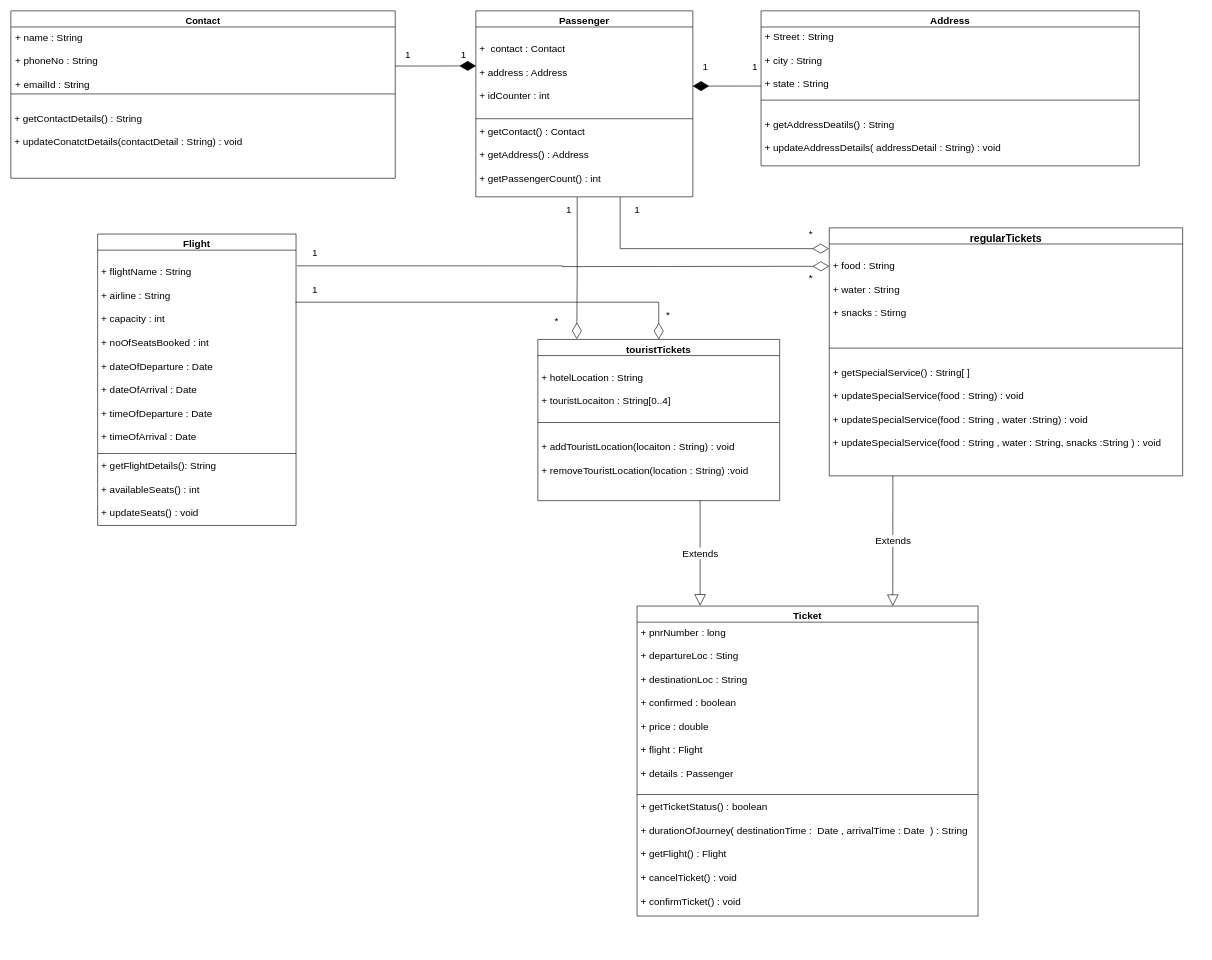
This is UML/class diagram.drawio from abdulashfaq/FRS, a draw.io file, before an edit. Source tidied: cells renumbered, new cells numbered last; positions are measured from the earlier drawing's top-left corner, leaving out a move shared by most shapes. Both pictures are drawn from the tidied source at 62%, with x=0, y=0 at pixel (11, 11).
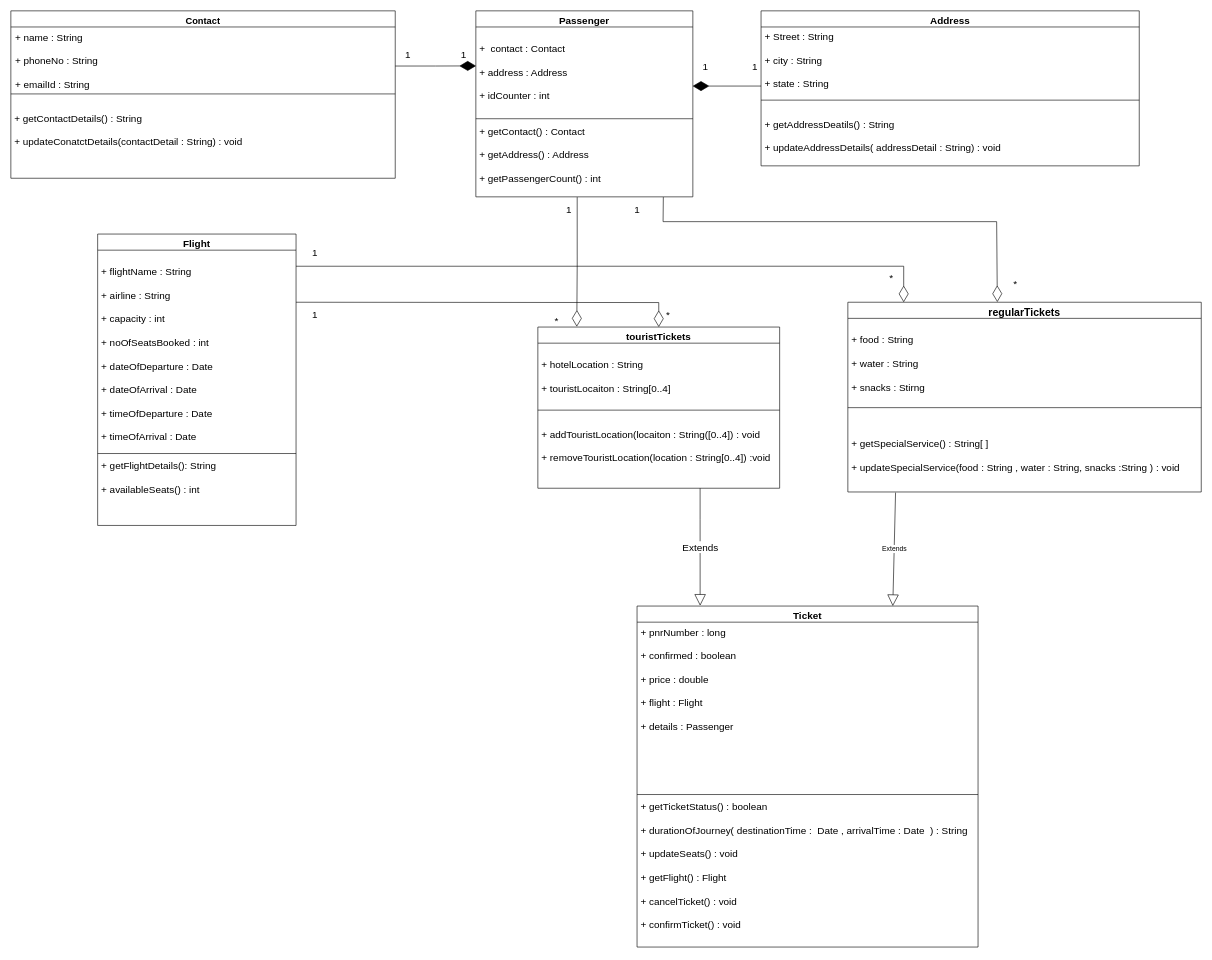
The same page after the edit.

Commit message (it also covers changes not shown here):
written code for classes except main class

The change refers to these unchanged cells:
```xml
<mxCell id="18" value="Flight" style="swimlane;fontStyle=1;align=center;verticalAlign=top;horizontal=1;startSize=26;fontSize=16;" parent="1" vertex="1">
  <mxGeometry x="140" y="360" width="320" height="470" as="geometry" />
</mxCell>
<mxCell id="19" value="&#10;+ flightName : String&#10;&#10;+ airline : String&#10;&#10;+ capacity : int &#10;&#10;+ noOfSeatsBooked : int&#10;&#10;+ dateOfDeparture : Date &#10;&#10;+ dateOfArrival : Date&#10;&#10;+ timeOfDeparture : Date&#10;&#10;+ timeOfArrival : Date&#10;" style="text;strokeColor=none;fillColor=none;align=left;verticalAlign=top;spacingLeft=4;spacingRight=4;overflow=hidden;points=[[0,0.5],[1,0.5]];portConstraint=eastwest;fontSize=16;" parent="18" vertex="1">
  <mxGeometry y="26" width="320" height="324" as="geometry" />
</mxCell>
<mxCell id="29" value="+ getContact() : Contact&#10;&#10;+ getAddress() : Address&#10;&#10;+ getPassengerCount() : int " style="text;strokeColor=none;fillColor=none;align=left;verticalAlign=top;spacingLeft=4;spacingRight=4;overflow=hidden;points=[[0,0.5],[1,0.5]];portConstraint=eastwest;fontSize=16;" parent="26" vertex="1">
  <mxGeometry y="178" width="350" height="122" as="geometry" />
</mxCell>
```

Diff of the diagram source:
```diff
@@
     <mxCell id="10" value="regularTickets" style="swimlane;fontStyle=1;align=center;verticalAlign=top;horizontal=1;startSize=26;fontSize=17;" parent="1" vertex="1">
-      <mxGeometry x="1320" y="350" width="570" height="400" as="geometry" />
+      <mxGeometry x="1350" y="470" width="570" height="306" as="geometry" />
     </mxCell>
     <mxCell id="11" value="&#10;+ food : String&#10;&#10;+ water : String&#10;&#10;+ snacks : Stirng " style="text;strokeColor=none;fillColor=none;align=left;verticalAlign=top;spacingLeft=4;spacingRight=4;overflow=hidden;points=[[0,0.5],[1,0.5]];portConstraint=eastwest;fontSize=16;" parent="10" vertex="1">
-      <mxGeometry y="26" width="570" height="164" as="geometry" />
+      <mxGeometry y="26" width="570" height="140" as="geometry" />
     </mxCell>
     <mxCell id="12" style="line;strokeWidth=1;fillColor=none;align=left;verticalAlign=middle;spacingTop=-1;spacingLeft=3;spacingRight=3;labelPosition=right;" parent="10" vertex="1">
-      <mxGeometry y="190" width="570" height="8" as="geometry" />
+      <mxGeometry y="166" width="570" height="8" as="geometry" />
     </mxCell>
-    <mxCell id="13" value="&#10;+ getSpecialService() : String[ ]&#10;&#10;+ updateSpecialService(food : String) : void &#10;&#10;+ updateSpecialService(food : String , water :String) : void &#10;&#10;+ updateSpecialService(food : String , water : String, snacks :String ) : void" style="text;strokeColor=none;fillColor=none;align=left;verticalAlign=top;spacingLeft=4;spacingRight=4;overflow=hidden;points=[[0,0.5],[1,0.5]];portConstraint=eastwest;fontSize=16;" parent="10" vertex="1">
-      <mxGeometry y="198" width="570" height="202" as="geometry" />
+    <mxCell id="13" value="&#10;&#10;+ getSpecialService() : String[ ]&#10;&#10;+ updateSpecialService(food : String , water : String, snacks :String ) : void" style="text;strokeColor=none;fillColor=none;align=left;verticalAlign=top;spacingLeft=4;spacingRight=4;overflow=hidden;points=[[0,0.5],[1,0.5]];portConstraint=eastwest;fontSize=16;" parent="10" vertex="1">
+      <mxGeometry y="174" width="570" height="132" as="geometry" />
     </mxCell>
     <mxCell id="14" value="touristTickets" style="swimlane;fontStyle=1;align=center;verticalAlign=top;horizontal=1;startSize=26;fontSize=16;" parent="1" vertex="1">
-      <mxGeometry x="850" y="530" width="390" height="260" as="geometry" />
+      <mxGeometry x="850" y="510" width="390" height="260" as="geometry" />
     </mxCell>
@@
-    <mxCell id="17" value="&#10;+ addTouristLocation(locaiton : String) : void &#10;&#10;+ removeTouristLocation(location : String) :void" style="text;strokeColor=none;fillColor=none;align=left;verticalAlign=top;spacingLeft=4;spacingRight=4;overflow=hidden;points=[[0,0.5],[1,0.5]];portConstraint=eastwest;fontSize=16;" parent="14" vertex="1">
+    <mxCell id="17" value="&#10;+ addTouristLocation(locaiton : String([0..4]) : void &#10;&#10;+ removeTouristLocation(location : String[0..4]) :void" style="text;strokeColor=none;fillColor=none;align=left;verticalAlign=top;spacingLeft=4;spacingRight=4;overflow=hidden;points=[[0,0.5],[1,0.5]];portConstraint=eastwest;fontSize=16;" parent="14" vertex="1">
       <mxGeometry y="138" width="390" height="122" as="geometry" />
     </mxCell>
@@
-    <mxCell id="21" value="+ getFlightDetails(): String&#10;&#10;+ availableSeats() : int&#10;&#10;+ updateSeats() : void " style="text;strokeColor=none;fillColor=none;align=left;verticalAlign=top;spacingLeft=4;spacingRight=4;overflow=hidden;fontSize=16;" parent="18" vertex="1">
+    <mxCell id="21" value="+ getFlightDetails(): String&#10;&#10;+ availableSeats() : int&#10; " style="text;strokeColor=none;fillColor=none;align=left;verticalAlign=top;spacingLeft=4;spacingRight=4;overflow=hidden;fontSize=16;" parent="18" vertex="1">
       <mxGeometry y="358" width="320" height="112" as="geometry" />
     </mxCell>
     <mxCell id="22" value="Ticket" style="swimlane;fontStyle=1;align=center;verticalAlign=top;horizontal=1;startSize=26;fontSize=16;" parent="1" vertex="1">
-      <mxGeometry x="1010" y="960" width="550" height="500" as="geometry" />
+      <mxGeometry x="1010" y="960" width="550" height="550" as="geometry" />
     </mxCell>
-    <mxCell id="23" value="+ pnrNumber : long&#10;&#10;+ departureLoc : Sting&#10;&#10;+ destinationLoc : String&#10;&#10;+ confirmed : boolean&#10;&#10;+ price : double &#10;&#10;+ flight : Flight &#10;&#10;+ details : Passenger " style="text;strokeColor=none;fillColor=none;align=left;verticalAlign=top;spacingLeft=4;spacingRight=4;overflow=hidden;fontSize=16;" parent="22" vertex="1">
+    <mxCell id="23" value="+ pnrNumber : long&#10;&#10;+ confirmed : boolean&#10;&#10;+ price : double &#10;&#10;+ flight : Flight &#10;&#10;+ details : Passenger " style="text;strokeColor=none;fillColor=none;align=left;verticalAlign=top;spacingLeft=4;spacingRight=4;overflow=hidden;fontSize=16;" parent="22" vertex="1">
       <mxGeometry y="26" width="550" height="274" as="geometry" />
     </mxCell>
@@
-    <mxCell id="25" value="+ getTicketStatus() : boolean&#10;&#10;+ durationOfJourney( destinationTime :  Date , arrivalTime : Date  ) : String  &#10;&#10;+ getFlight() : Flight &#10;&#10;+ cancelTicket() : void &#10;&#10;+ confirmTicket() : void" style="text;strokeColor=none;fillColor=none;align=left;verticalAlign=top;spacingLeft=4;spacingRight=4;overflow=hidden;fontSize=16;" parent="22" vertex="1">
-      <mxGeometry y="308" width="550" height="192" as="geometry" />
+    <mxCell id="25" value="+ getTicketStatus() : boolean&#10;&#10;+ durationOfJourney( destinationTime :  Date , arrivalTime : Date  ) : String  &#10;&#10;+ updateSeats() : void &#10;&#10;+ getFlight() : Flight &#10;&#10;+ cancelTicket() : void  &#10;&#10;+ confirmTicket() : void" style="text;strokeColor=none;fillColor=none;align=left;verticalAlign=top;spacingLeft=4;spacingRight=4;overflow=hidden;fontSize=16;" parent="22" vertex="1">
+      <mxGeometry y="308" width="550" height="242" as="geometry" />
     </mxCell>
@@
-    <mxCell id="30" style="endArrow=diamondThin;endFill=0;endSize=24;html=1;rounded=0;fontSize=16;edgeStyle=orthogonalEdgeStyle;exitX=0.997;exitY=0.259;exitDx=0;exitDy=0;exitPerimeter=0;entryX=0.5;entryY=0;entryDx=0;entryDy=0;" parent="1" edge="1" source="19" target="14">
-      <mxGeometry relative="1" as="geometry" />
+    <mxCell id="30" style="endArrow=diamondThin;endFill=0;endSize=24;html=1;rounded=0;fontSize=16;edgeStyle=orthogonalEdgeStyle;entryX=0.5;entryY=0;entryDx=0;entryDy=0;" parent="1" edge="1" target="14">
+      <mxGeometry relative="1" as="geometry">
+        <mxPoint x="460" y="470" as="sourcePoint" />
+      </mxGeometry>
     </mxCell>
-    <mxCell id="31" style="endArrow=diamondThin;endFill=0;endSize=24;html=1;rounded=0;fontSize=16;edgeStyle=orthogonalEdgeStyle;exitX=1.005;exitY=0.078;exitDx=0;exitDy=0;exitPerimeter=0;" parent="1" edge="1" source="19">
-      <mxGeometry relative="1" as="geometry">
-        <mxPoint x="1320" y="412" as="targetPoint" />
-      </mxGeometry>
+    <mxCell id="31" style="endArrow=diamondThin;endFill=0;endSize=24;html=1;rounded=0;fontSize=16;edgeStyle=orthogonalEdgeStyle;exitX=1;exitY=0.08;exitDx=0;exitDy=0;exitPerimeter=0;entryX=0.158;entryY=0;entryDx=0;entryDy=0;entryPerimeter=0;" parent="1" edge="1" source="19" target="10">
+      <mxGeometry relative="1" as="geometry" />
     </mxCell>
@@
-    <mxCell id="33" value="Extends" style="endArrow=block;endSize=16;endFill=0;html=1;rounded=0;fontSize=16;edgeStyle=orthogonalEdgeStyle;exitX=0.18;exitY=1;exitDx=0;exitDy=0;exitPerimeter=0;entryX=0.75;entryY=0;entryDx=0;entryDy=0;" parent="1" edge="1" source="13" target="22">
-      <mxGeometry relative="1" as="geometry">
-        <Array as="points">
-          <mxPoint x="1423" y="760" />
-          <mxPoint x="1422" y="760" />
-        </Array>
-      </mxGeometry>
-    </mxCell>
@@
     <mxCell id="35" value="*" style="text;html=1;align=center;verticalAlign=middle;strokeColor=none;fillColor=none;fontSize=16;" parent="1" vertex="1">
-      <mxGeometry x="1280" y="420" width="20" height="20" as="geometry" />
+      <mxGeometry x="1410" y="420" width="20" height="20" as="geometry" />
     </mxCell>
@@
     <mxCell id="37" value="1" style="text;html=1;align=center;verticalAlign=middle;strokeColor=none;fillColor=none;fontSize=16;" parent="1" vertex="1">
-      <mxGeometry x="480" y="440" width="20" height="20" as="geometry" />
+      <mxGeometry x="480" y="480" width="20" height="20" as="geometry" />
     </mxCell>
@@
-    <mxCell id="39" style="endArrow=diamondThin;endFill=0;endSize=24;html=1;rounded=0;fontSize=16;edgeStyle=orthogonalEdgeStyle;exitX=0.665;exitY=1;exitDx=0;exitDy=0;exitPerimeter=0;entryX=-0.001;entryY=0.046;entryDx=0;entryDy=0;entryPerimeter=0;" parent="1" edge="1" source="29" target="11">
-      <mxGeometry relative="1" as="geometry">
-        <Array as="points">
-          <mxPoint x="983" y="384" />
-        </Array>
-      </mxGeometry>
-    </mxCell>
@@
     <mxCell id="41" value="*" style="text;html=1;align=center;verticalAlign=middle;strokeColor=none;fillColor=none;fontSize=16;" parent="1" vertex="1">
-      <mxGeometry x="1280" y="350" width="20" height="20" as="geometry" />
+      <mxGeometry x="1610" y="430" width="20" height="20" as="geometry" />
     </mxCell>
@@
+    <mxCell id="50" style="endArrow=diamondThin;endFill=0;endSize=24;html=1;rounded=0;exitX=0.864;exitY=1.003;exitDx=0;exitDy=0;exitPerimeter=0;entryX=0.423;entryY=-0.001;entryDx=0;entryDy=0;entryPerimeter=0;" parent="1" edge="1" source="29" target="10">
+      <mxGeometry relative="1" as="geometry">
+        <Array as="points">
+          <mxPoint x="1052" y="340" />
+          <mxPoint x="1590" y="340" />
+        </Array>
+      </mxGeometry>
+    </mxCell>
+    <mxCell id="33" value="Extends" style="endArrow=block;endSize=16;endFill=0;html=1;rounded=0;entryX=0.75;entryY=0;entryDx=0;entryDy=0;exitX=0.135;exitY=1.008;exitDx=0;exitDy=0;exitPerimeter=0;" parent="1" edge="1" source="13" target="22">
+      <mxGeometry relative="1" as="geometry" />
+    </mxCell>
```
